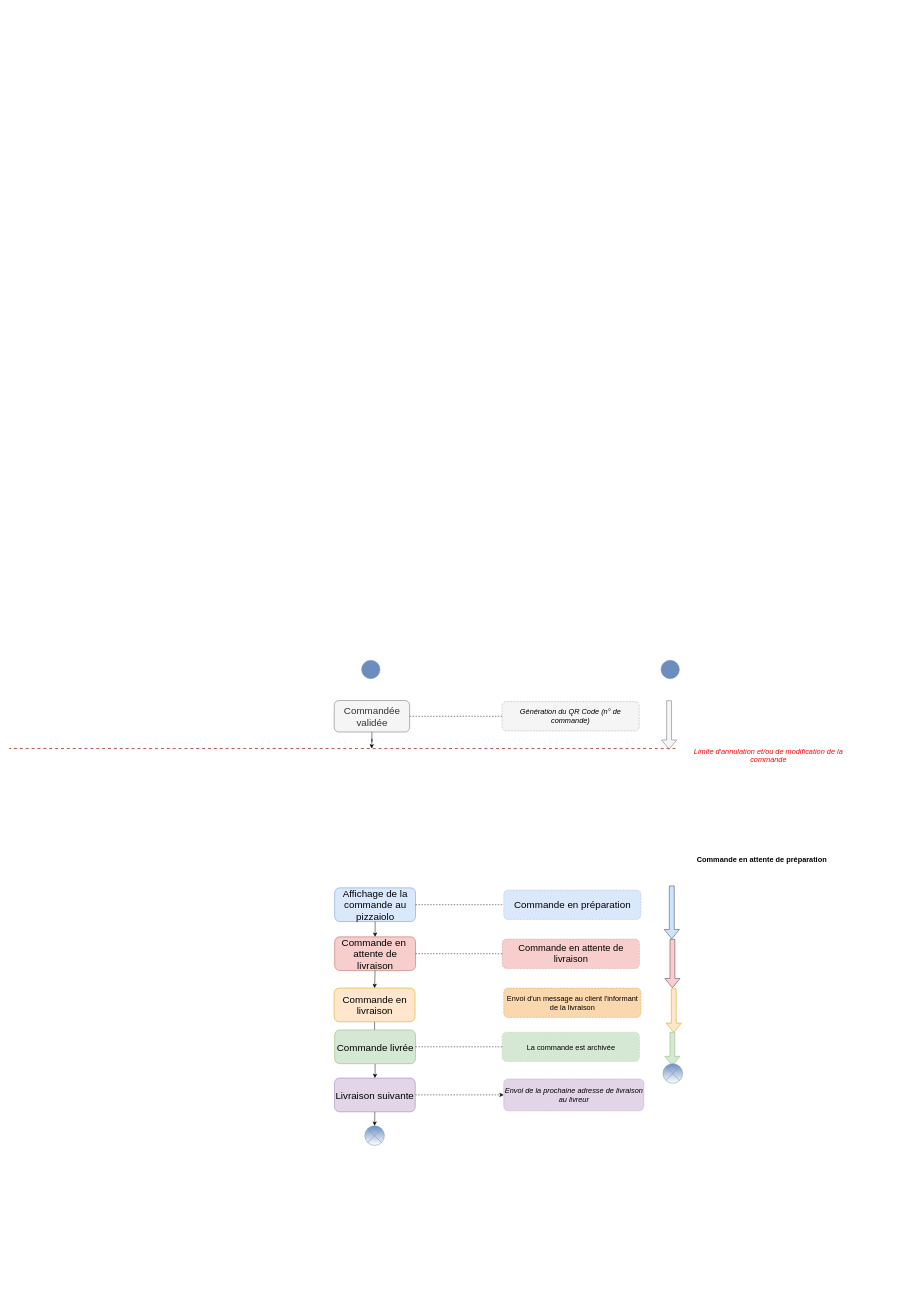
OMorlotti/P4-analyser-les-besoin-de-mon-client-pour-son-groupe-de-pizzerias keeps this draw.io diagram as Client/Modif/Annulation.drawio. Above is the earlier version. Source tidied: cells renumbered, new cells numbered last; positions are measured from the earlier drawing's top-left corner, leaving out a move shared by most shapes. Both pictures are drawn from the tidied source at 49%, with x=0, y=0 at pixel (9, 8).
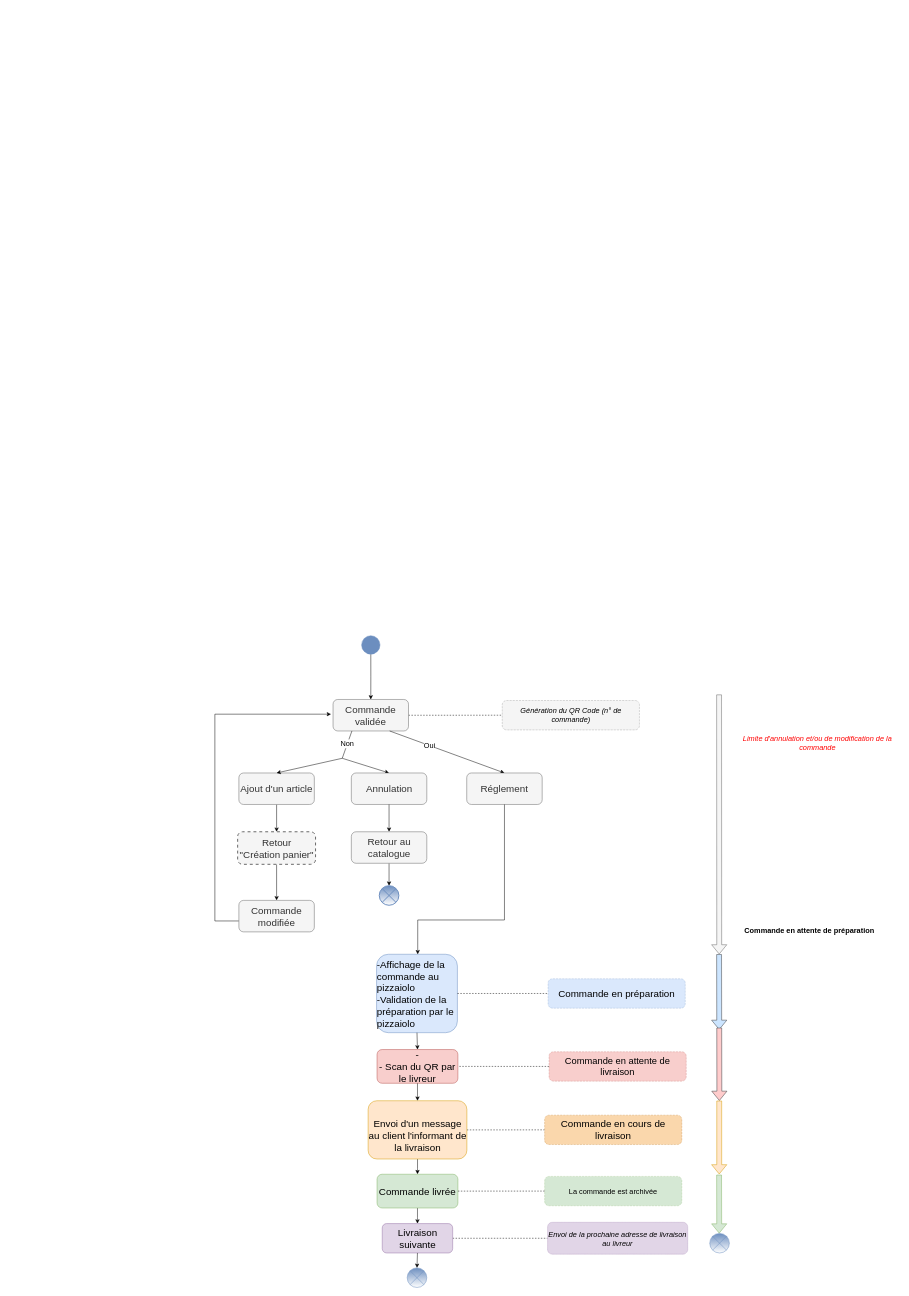
The same diagram, later.

Change to the diagram source:
```diff
@@
-    <mxCell id="2" style="edgeStyle=orthogonalEdgeStyle;rounded=0;jettySize=auto;html=1;" parent="1" edge="1" source="4">
-      <mxGeometry relative="1" as="geometry">
-        <mxPoint x="740" y="1510" as="targetPoint" />
-      </mxGeometry>
-    </mxCell>
@@
-    <mxCell id="4" value="&lt;font style=&quot;font-size: 20px&quot;&gt;Commandée validée&lt;/font&gt;" style="rounded=1;whiteSpace=wrap;html=1;direction=north;fillColor=#f5f5f5;strokeColor=#666666;fontColor=#333333;" parent="1" vertex="1">
-      <mxGeometry x="663.5" y="1412.1" width="154" height="64.3" as="geometry" />
+    <mxCell id="4" value="&lt;font style=&quot;font-size: 20px&quot;&gt;Commande validée&lt;/font&gt;" style="rounded=1;whiteSpace=wrap;html=1;direction=north;fillColor=#f5f5f5;strokeColor=#666666;fontColor=#333333;" parent="1" vertex="1">
+      <mxGeometry x="661.2" y="1410" width="154" height="64.3" as="geometry" />
     </mxCell>
-    <mxCell id="5" value="&lt;font style=&quot;font-size: 20px&quot;&gt;Affichage de la commande au pizzaiolo&lt;/font&gt;" style="rounded=1;whiteSpace=wrap;html=1;direction=north;fillColor=#dae8fc;strokeColor=#6c8ebf;" parent="1" vertex="1">
-      <mxGeometry x="664.5" y="1794.4" width="165" height="68.9" as="geometry" />
+    <mxCell id="5" value="&lt;div style=&quot;text-align: left&quot;&gt;&lt;span style=&quot;font-size: 20px&quot;&gt;-Affichage de la commande au pizzaiolo&lt;/span&gt;&lt;/div&gt;&lt;font style=&quot;font-size: 20px&quot;&gt;&lt;div style=&quot;text-align: left&quot;&gt;&lt;span&gt;-Validation de la préparation par le pizzaiolo&lt;/span&gt;&lt;/div&gt;&lt;/font&gt;" style="rounded=1;whiteSpace=wrap;html=1;direction=north;fillColor=#dae8fc;strokeColor=#6c8ebf;" parent="1" vertex="1">
+      <mxGeometry x="750" y="1930" width="165" height="160" as="geometry" />
     </mxCell>
-    <mxCell id="6" value="&lt;font style=&quot;font-size: 20px&quot;&gt;Commande en&amp;nbsp; attente de livraison&lt;/font&gt;" style="rounded=1;whiteSpace=wrap;html=1;direction=north;fillColor=#f8cecc;strokeColor=#b85450;" parent="1" vertex="1">
-      <mxGeometry x="664.5" y="1894.4" width="165" height="68.9" as="geometry" />
+    <mxCell id="6" value="&lt;span style=&quot;font-size: 20px&quot;&gt;-&lt;br&gt;- Scan du QR par le livreur&lt;br&gt;&lt;/span&gt;" style="rounded=1;whiteSpace=wrap;html=1;direction=north;fillColor=#f8cecc;strokeColor=#b85450;" parent="1" vertex="1">
+      <mxGeometry x="751" y="2124.4" width="165" height="68.9" as="geometry" />
     </mxCell>
@@
+    <mxCell id="38" style="edgeStyle=orthogonalEdgeStyle;rounded=1;jettySize=auto;html=1;startArrow=none;startFill=0;endArrow=none;endFill=0;entryX=0.5;entryY=0;entryDx=0;entryDy=0;dashed=1;" parent="1" edge="1" source="8" target="28">
+      <mxGeometry relative="1" as="geometry" />
+    </mxCell>
-    <mxCell id="8" value="&lt;font style=&quot;font-size: 20px&quot;&gt;Commande en livraison&lt;/font&gt;" style="rounded=1;whiteSpace=wrap;html=1;direction=north;fillColor=#ffe6cc;strokeColor=#d79b00;" parent="1" vertex="1">
-      <mxGeometry x="663.5" y="1998.9" width="165" height="68.9" as="geometry" />
+    <mxCell id="8" value="&lt;font style=&quot;font-size: 20px&quot;&gt;&lt;br style=&quot;color: rgb(0 , 0 , 0) ; font-family: &amp;#34;helvetica&amp;#34; ; font-style: normal ; font-weight: 400 ; letter-spacing: normal ; text-align: center ; text-indent: 0px ; text-transform: none ; word-spacing: 0px&quot;&gt;&lt;span style=&quot;color: rgb(0 , 0 , 0) ; font-family: &amp;#34;helvetica&amp;#34; ; font-style: normal ; font-weight: 400 ; letter-spacing: normal ; text-align: center ; text-indent: 0px ; text-transform: none ; word-spacing: 0px ; display: inline ; float: none&quot;&gt;Envoi d'un message au client l'informant de la livraison&lt;/span&gt;&lt;/font&gt;" style="rounded=1;whiteSpace=wrap;html=1;direction=north;fillColor=#ffe6cc;strokeColor=#d79b00;" parent="1" vertex="1">
+      <mxGeometry x="732.8" y="2228.9" width="201.5" height="118.9" as="geometry" />
     </mxCell>
@@
     <mxCell id="10" value="&lt;span style=&quot;font-size: 20px&quot;&gt;Commande livrée&lt;/span&gt;" style="rounded=1;whiteSpace=wrap;html=1;direction=north;fillColor=#d5e8d4;strokeColor=#82b366;" parent="1" vertex="1">
-      <mxGeometry x="664.5" y="2084.4" width="165" height="68.9" as="geometry" />
+      <mxGeometry x="751" y="2378.9" width="165" height="68.9" as="geometry" />
     </mxCell>
-    <mxCell id="11" style="edgeStyle=orthogonalEdgeStyle;rounded=0;jettySize=auto;html=1;dashed=1;" parent="1" edge="1" source="12" target="13">
+    <mxCell id="11" style="edgeStyle=orthogonalEdgeStyle;rounded=0;jettySize=auto;html=1;dashed=1;endArrow=none;endFill=0;" parent="1" edge="1" source="12" target="13">
       <mxGeometry relative="1" as="geometry" />
     </mxCell>
     <mxCell id="12" value="&lt;span style=&quot;font-size: 20px&quot;&gt;Livraison suivante&lt;/span&gt;" style="rounded=1;whiteSpace=wrap;html=1;direction=north;fillColor=#e1d5e7;strokeColor=#9673a6;" parent="1" vertex="1">
-      <mxGeometry x="664" y="2182.6" width="165" height="68.9" as="geometry" />
+      <mxGeometry x="761.6" y="2479.6" width="143.7" height="60" as="geometry" />
     </mxCell>
     <mxCell id="13" value="&lt;font style=&quot;font-size: 15px&quot;&gt;&lt;i&gt;Envoi de la prochaine adresse de livraison au livreur&lt;/i&gt;&lt;/font&gt;" style="rounded=1;whiteSpace=wrap;html=1;direction=north;fillColor=#e1d5e7;strokeColor=#9673a6;dashed=1;dashPattern=1 1;" parent="1" vertex="1">
-      <mxGeometry x="1009.5" y="2184.4" width="286" height="65.1" as="geometry" />
+      <mxGeometry x="1099" y="2477" width="286" height="65.1" as="geometry" />
     </mxCell>
     <mxCell id="14" value="&lt;font color=&quot;#ff0000&quot; style=&quot;font-size: 15px&quot;&gt;Limite d'annulation et/ou de modification de la commande&lt;br&gt;&lt;/font&gt;" style="text;html=1;strokeColor=none;fillColor=none;align=center;verticalAlign=middle;whiteSpace=wrap;rounded=0;fontStyle=2;dashed=1;" parent="1" vertex="1">
-      <mxGeometry x="1380" y="1499" width="340" height="50" as="geometry" />
+      <mxGeometry x="1480" y="1474.3" width="340" height="50" as="geometry" />
     </mxCell>
     <mxCell id="15" style="shape=flexArrow;endArrow=classic;html=1;fillColor=#cce5ff;strokeColor=#36393d;" parent="1" edge="1">
       <mxGeometry relative="1" as="geometry">
-        <mxPoint x="1352.5" y="1790" as="sourcePoint" />
-        <mxPoint x="1352.5" y="1898.9" as="targetPoint" />
+        <mxPoint x="1449" y="1930" as="sourcePoint" />
+        <mxPoint x="1449.3" y="2084" as="targetPoint" />
       </mxGeometry>
     </mxCell>
@@
     <mxCell id="17" style="shape=flexArrow;endArrow=classic;html=1;fillColor=#f5f5f5;strokeColor=#666666;" parent="1" edge="1">
       <mxGeometry relative="1" as="geometry">
-        <mxPoint x="1347" y="1412.1" as="sourcePoint" />
-        <mxPoint x="1347" y="1512.1" as="targetPoint" />
+        <mxPoint x="1449" y="1400" as="sourcePoint" />
+        <mxPoint x="1449.3" y="1930" as="targetPoint" />
       </mxGeometry>
     </mxCell>
     <mxCell id="18" style="shape=flexArrow;endArrow=classic;html=1;fillColor=#ffcccc;strokeColor=#36393d;" parent="1" edge="1">
       <mxGeometry relative="1" as="geometry">
-        <mxPoint x="1353.8" y="1898.9" as="sourcePoint" />
-        <mxPoint x="1353.8" y="1998.9" as="targetPoint" />
+        <mxPoint x="1449.3" y="2080" as="sourcePoint" />
+        <mxPoint x="1449.6" y="2228.9" as="targetPoint" />
       </mxGeometry>
     </mxCell>
     <mxCell id="19" style="shape=flexArrow;endArrow=classic;html=1;fillColor=#ffe6cc;strokeColor=#d79b00;" parent="1" edge="1">
       <mxGeometry relative="1" as="geometry">
-        <mxPoint x="1356.5" y="2000" as="sourcePoint" />
-        <mxPoint x="1356.5" y="2090" as="targetPoint" />
+        <mxPoint x="1449.3" y="2228.9" as="sourcePoint" />
+        <mxPoint x="1449.3" y="2378.9" as="targetPoint" />
       </mxGeometry>
     </mxCell>
-    <mxCell id="20" style="shape=flexArrow;endArrow=classic;html=1;fillColor=#d5e8d4;strokeColor=#82b366;entryX=0.5;entryY=0;entryDx=0;entryDy=0;" parent="1" edge="1">
+    <mxCell id="20" style="shape=flexArrow;endArrow=classic;html=1;fillColor=#d5e8d4;strokeColor=#82b366;" parent="1" edge="1">
       <mxGeometry relative="1" as="geometry">
-        <mxPoint x="1353.7" y="2088.9" as="sourcePoint" />
-        <mxPoint x="1353.7" y="2157.8" as="targetPoint" />
+        <mxPoint x="1449" y="2380" as="sourcePoint" />
+        <mxPoint x="1449.3" y="2499.6" as="targetPoint" />
       </mxGeometry>
     </mxCell>
@@
     <mxCell id="22" value="&lt;i&gt;&lt;font style=&quot;font-size: 15px&quot;&gt;Génération du QR Code (n° de commande)&lt;/font&gt;&lt;/i&gt;" style="rounded=1;whiteSpace=wrap;html=1;direction=north;fillColor=#F5F5F5;strokeColor=#666666;dashed=1;dashPattern=1 2;" parent="1" vertex="1">
-      <mxGeometry x="1006" y="1414.3" width="280" height="60" as="geometry" />
+      <mxGeometry x="1006.5" y="1412.1" width="280" height="60" as="geometry" />
     </mxCell>
-    <mxCell id="23" style="endArrow=none;html=1;dashed=1;fillColor=#f8cecc;strokeColor=#b85450;strokeWidth=2;" parent="1" edge="1">
-      <mxGeometry relative="1" as="geometry">
-        <mxPoint x="1360" y="1510" as="sourcePoint" />
-        <mxPoint y="1510" as="targetPoint" />
-      </mxGeometry>
-    </mxCell>
     <mxCell id="24" style="shape=sumEllipse;perimeter=ellipsePerimeter;whiteSpace=wrap;html=1;backgroundOutline=1;fillColor=#6C8EBF;gradientColor=#ffffff;strokeColor=#6C8EBF;" parent="1" vertex="1">
-      <mxGeometry x="726" y="2280" width="40" height="40" as="geometry" />
+      <mxGeometry x="812.5" y="2570" width="40" height="40" as="geometry" />
     </mxCell>
     <mxCell id="25" value="&lt;span style=&quot;font-size: 20px&quot;&gt;Commande en préparation&lt;/span&gt;" style="rounded=1;whiteSpace=wrap;html=1;direction=north;fillColor=#dae8fc;strokeColor=#6c8ebf;dashed=1;dashPattern=1 2;" parent="1" vertex="1">
-      <mxGeometry x="1009.5" y="1798.9" width="280" height="60" as="geometry" />
+      <mxGeometry x="1100" y="1980" width="280" height="60" as="geometry" />
     </mxCell>
-    <mxCell id="26" value="&lt;font style=&quot;font-size: 19px&quot;&gt;Commande en attente de livraison&lt;/font&gt;" style="rounded=1;whiteSpace=wrap;html=1;direction=north;fillColor=#f8cecc;strokeColor=#b85450;dashed=1;dashPattern=1 2;" parent="1" vertex="1">
-      <mxGeometry x="1006.5" y="1898.9" width="280" height="60" as="geometry" />
+    <mxCell id="26" value="&lt;font style=&quot;font-size: 19px&quot;&gt;Commande en attente de livraison&lt;br&gt;&lt;/font&gt;" style="rounded=1;whiteSpace=wrap;html=1;direction=north;fillColor=#f8cecc;strokeColor=#b85450;dashed=1;dashPattern=1 2;" parent="1" vertex="1">
+      <mxGeometry x="1102" y="2128.9" width="280" height="60" as="geometry" />
     </mxCell>
@@
-    <mxCell id="28" value="&lt;font style=&quot;font-size: 15px&quot;&gt;Envoi d'un message au client l'informant de la livraison&lt;/font&gt;" style="rounded=1;whiteSpace=wrap;html=1;direction=north;fillColor=#fad7ac;strokeColor=#b46504;dashed=1;dashPattern=1 2;" parent="1" vertex="1">
-      <mxGeometry x="1009.5" y="1998.9" width="280" height="60" as="geometry" />
+    <mxCell id="28" value="&lt;font&gt;&lt;font style=&quot;font-size: 20px&quot;&gt;Commande en cours de livraison&lt;/font&gt;&lt;br&gt;&lt;/font&gt;" style="rounded=1;whiteSpace=wrap;html=1;direction=north;fillColor=#fad7ac;strokeColor=#b46504;dashed=1;dashPattern=1 2;" parent="1" vertex="1">
+      <mxGeometry x="1093" y="2258.3" width="280" height="60" as="geometry" />
     </mxCell>
@@
     <mxCell id="31" value="&lt;font style=&quot;font-size: 15px&quot;&gt;La commande est archivée&lt;/font&gt;" style="rounded=1;whiteSpace=wrap;html=1;direction=north;fillColor=#d5e8d4;strokeColor=#82b366;dashed=1;dashPattern=1 2;" parent="1" vertex="1">
-      <mxGeometry x="1006.5" y="2088.9" width="280" height="60" as="geometry" />
+      <mxGeometry x="1093" y="2383.3" width="280" height="60" as="geometry" />
     </mxCell>
@@
-    <mxCell id="34" style="endArrow=none;html=1;entryX=0.5;entryY=0;entryDx=0;entryDy=0;exitX=0.5;exitY=1;exitDx=0;exitDy=0;dashed=1;" parent="1" edge="1" source="10" target="31">
+    <mxCell id="34" style="endArrow=none;html=1;entryX=0.5;entryY=0;entryDx=0;entryDy=0;exitX=0.5;exitY=1;exitDx=0;exitDy=0;dashed=1;rounded=0;" parent="1" edge="1" source="10" target="31">
       <mxGeometry relative="1" as="geometry" />
     </mxCell>
     <mxCell id="35" style="shape=sumEllipse;perimeter=ellipsePerimeter;whiteSpace=wrap;html=1;backgroundOutline=1;fillColor=#6C8EBF;gradientColor=#ffffff;strokeColor=#6C8EBF;" parent="1" vertex="1">
-      <mxGeometry x="1334.5" y="2153.3" width="40" height="40" as="geometry" />
+      <mxGeometry x="1430" y="2499.6" width="40" height="40" as="geometry" />
     </mxCell>
+    <mxCell id="39" style="edgeStyle=orthogonalEdgeStyle;rounded=0;jettySize=auto;html=1;" parent="1" edge="1" source="36" target="4">
+      <mxGeometry relative="1" as="geometry" />
+    </mxCell>
     <mxCell id="36" style="ellipse;whiteSpace=wrap;html=1;fillColor=#6C8EBF;gradientColor=none;strokeColor=#6C8EBF;" parent="1" vertex="1">
-      <mxGeometry x="719.5" y="1330" width="37.5" height="37.5" as="geometry" />
+      <mxGeometry x="719.5" y="1280" width="37.5" height="37.5" as="geometry" />
     </mxCell>
-    <mxCell id="37" style="ellipse;whiteSpace=wrap;html=1;fillColor=#6C8EBF;gradientColor=none;strokeColor=#6C8EBF;" parent="1" vertex="1">
-      <mxGeometry x="1330.5" y="1330" width="37.5" height="37.5" as="geometry" />
-    </mxCell>
+    <mxCell id="40" style="endArrow=classic;html=1;exitX=0;exitY=0.75;exitDx=0;exitDy=0;entryX=1;entryY=0.5;entryDx=0;entryDy=0;" parent="1" edge="1" source="4" target="44">
+      <mxGeometry relative="1" as="geometry" />
+    </mxCell>
+    <mxCell id="41" value="&lt;font style=&quot;font-size: 15px&quot;&gt;Oui&lt;/font&gt;" style="edgeLabel;html=1;align=center;verticalAlign=middle;" parent="40" vertex="1">
+      <mxGeometry x="-0.31" y="1" relative="1" as="geometry" />
+    </mxCell>
+    <mxCell id="42" style="edgeStyle=orthogonalEdgeStyle;rounded=0;jettySize=auto;html=1;entryX=1;entryY=0.5;entryDx=0;entryDy=0;" parent="1" edge="1" source="43" target="46">
+      <mxGeometry relative="1" as="geometry" />
+    </mxCell>
+    <mxCell id="43" value="&lt;font style=&quot;font-size: 20px&quot;&gt;Ajout d'un article&lt;/font&gt;" style="rounded=1;whiteSpace=wrap;html=1;direction=north;fillColor=#f5f5f5;strokeColor=#666666;fontColor=#333333;" parent="1" vertex="1">
+      <mxGeometry x="469" y="1560" width="154" height="64.3" as="geometry" />
+    </mxCell>
+    <mxCell id="44" value="&lt;font style=&quot;font-size: 20px&quot;&gt;Réglement&lt;/font&gt;" style="rounded=1;whiteSpace=wrap;html=1;direction=north;fillColor=#f5f5f5;strokeColor=#666666;fontColor=#333333;" parent="1" vertex="1">
+      <mxGeometry x="934" y="1560" width="154" height="64.3" as="geometry" />
+    </mxCell>
+    <mxCell id="45" style="edgeStyle=orthogonalEdgeStyle;rounded=0;jettySize=auto;html=1;entryX=1;entryY=0.5;entryDx=0;entryDy=0;" parent="1" edge="1" source="46" target="53">
+      <mxGeometry relative="1" as="geometry" />
+    </mxCell>
+    <mxCell id="46" value="&lt;span style=&quot;font-size: 20px&quot;&gt;Retour&lt;br&gt;&quot;Création panier&quot;&lt;/span&gt;" style="rounded=1;whiteSpace=wrap;html=1;direction=north;fillColor=#f5f5f5;strokeColor=#666666;fontColor=#333333;dashed=1;strokeWidth=2;" parent="1" vertex="1">
+      <mxGeometry x="466.5" y="1680" width="159" height="66.4" as="geometry" />
+    </mxCell>
+    <mxCell id="47" style="endArrow=classic;html=1;entryX=1;entryY=0.5;entryDx=0;entryDy=0;" parent="1" edge="1" target="43">
+      <mxGeometry relative="1" as="geometry">
+        <mxPoint x="680" y="1530" as="sourcePoint" />
+      </mxGeometry>
+    </mxCell>
+    <mxCell id="48" style="endArrow=classic;html=1;entryX=1;entryY=0.5;entryDx=0;entryDy=0;" parent="1" edge="1" target="49">
+      <mxGeometry relative="1" as="geometry">
+        <mxPoint x="680" y="1530" as="sourcePoint" />
+      </mxGeometry>
+    </mxCell>
+    <mxCell id="49" value="&lt;font style=&quot;font-size: 20px&quot;&gt;Annulation&lt;/font&gt;" style="rounded=1;whiteSpace=wrap;html=1;direction=north;fillColor=#f5f5f5;strokeColor=#666666;fontColor=#333333;" parent="1" vertex="1">
+      <mxGeometry x="698.5" y="1560" width="154" height="64.3" as="geometry" />
+    </mxCell>
+    <mxCell id="50" style="endArrow=none;html=1;entryX=0;entryY=0.25;entryDx=0;entryDy=0;" parent="1" edge="1" target="4">
+      <mxGeometry relative="1" as="geometry">
+        <mxPoint x="680" y="1530" as="sourcePoint" />
+      </mxGeometry>
+    </mxCell>
+    <mxCell id="51" value="&lt;font style=&quot;font-size: 15px&quot;&gt;Non&lt;/font&gt;" style="edgeLabel;html=1;align=center;verticalAlign=middle;" parent="50" vertex="1">
+      <mxGeometry x="0.1" y="1" relative="1" as="geometry" />
+    </mxCell>
+    <mxCell id="52" style="edgeStyle=orthogonalEdgeStyle;rounded=0;jettySize=auto;html=1;" parent="1" edge="1" source="53">
+      <mxGeometry relative="1" as="geometry">
+        <mxPoint x="657" y="1440" as="targetPoint" />
+        <Array as="points">
+          <mxPoint x="420" y="1862" />
+          <mxPoint x="420" y="1440" />
+        </Array>
+      </mxGeometry>
+    </mxCell>
+    <mxCell id="53" value="&lt;span style=&quot;font-size: 20px&quot;&gt;Commande modifiée&lt;/span&gt;" style="rounded=1;whiteSpace=wrap;html=1;direction=north;fillColor=#f5f5f5;strokeColor=#666666;fontColor=#333333;" parent="1" vertex="1">
+      <mxGeometry x="469" y="1820" width="154" height="64.3" as="geometry" />
+    </mxCell>
+    <mxCell id="54" style="endArrow=classic;html=1;exitX=0;exitY=0.5;exitDx=0;exitDy=0;entryX=1;entryY=0.5;entryDx=0;entryDy=0;" parent="1" edge="1" source="49" target="56">
+      <mxGeometry relative="1" as="geometry" />
+    </mxCell>
+    <mxCell id="55" style="edgeStyle=orthogonalEdgeStyle;rounded=0;jettySize=auto;html=1;startArrow=none;startFill=0;endArrow=classic;endFill=1;entryX=0.5;entryY=0;entryDx=0;entryDy=0;" parent="1" edge="1" source="56" target="58">
+      <mxGeometry relative="1" as="geometry" />
+    </mxCell>
+    <mxCell id="56" value="&lt;font style=&quot;font-size: 20px&quot;&gt;Retour au catalogue&lt;/font&gt;" style="rounded=1;whiteSpace=wrap;html=1;direction=north;fillColor=#f5f5f5;strokeColor=#666666;fontColor=#333333;" parent="1" vertex="1">
+      <mxGeometry x="698.5" y="1680" width="154" height="64.3" as="geometry" />
+    </mxCell>
+    <mxCell id="57" style="edgeStyle=orthogonalEdgeStyle;rounded=0;jettySize=auto;html=1;startArrow=classic;startFill=1;endArrow=none;endFill=0;entryX=0;entryY=0.5;entryDx=0;entryDy=0;" parent="1" edge="1" source="5" target="44">
+      <mxGeometry relative="1" as="geometry">
+        <Array as="points">
+          <mxPoint x="834" y="1860" />
+          <mxPoint x="1011" y="1860" />
+        </Array>
+      </mxGeometry>
+    </mxCell>
+    <mxCell id="58" style="shape=sumEllipse;perimeter=ellipsePerimeter;whiteSpace=wrap;html=1;backgroundOutline=1;strokeColor=#6C8EBF;strokeWidth=2;fillColor=#6C8EBF;gradientColor=#ffffff;" parent="1" vertex="1">
+      <mxGeometry x="755.5" y="1790" width="40" height="40" as="geometry" />
+    </mxCell>
```
